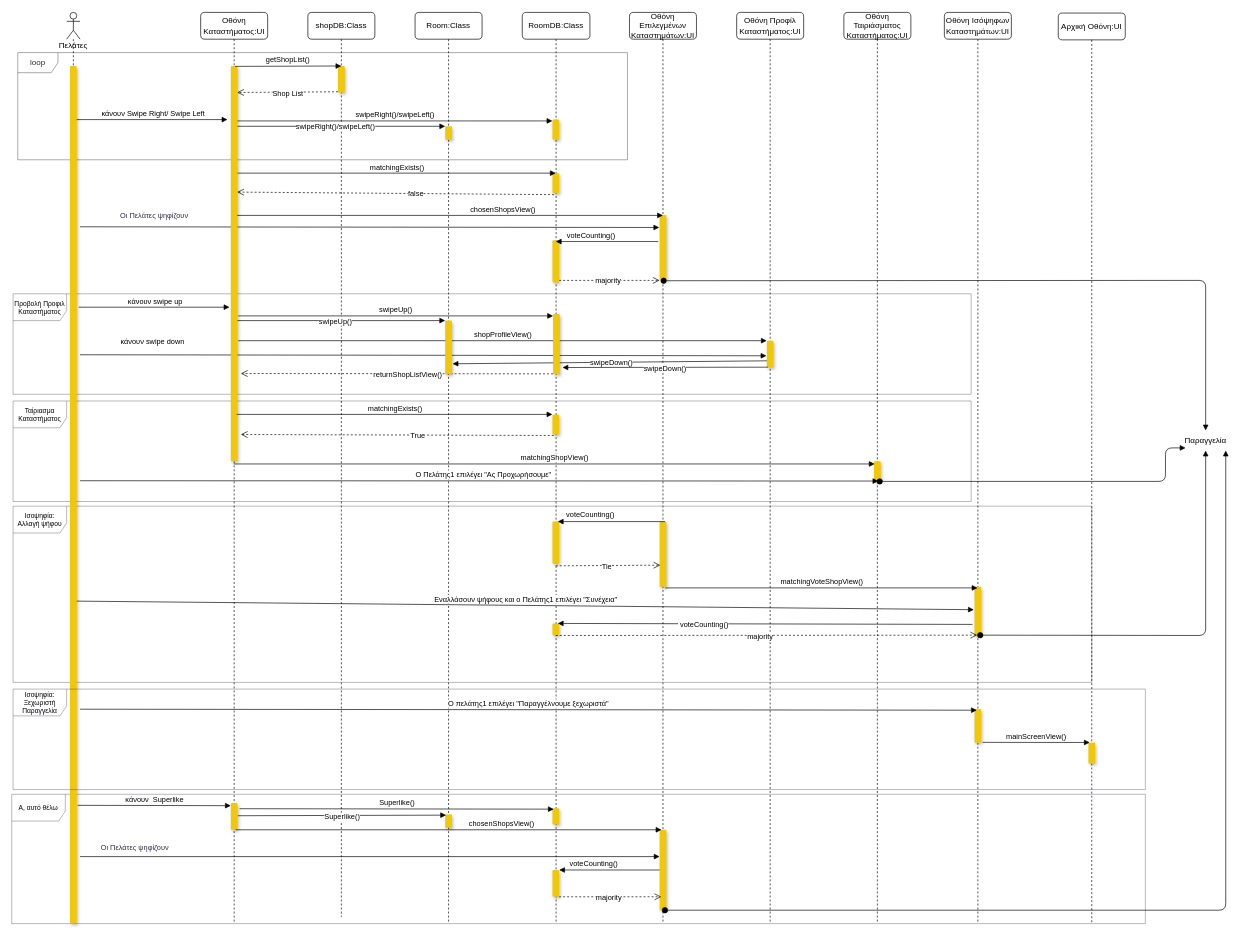
Earlier version of the draw.io diagram docs/contributions/AthanasiaZ/Writing-Charts/Phase5/User Team Choice Shop/Team_Choice_Shop_Sequence.drawio (iloudaros/nomnomr). Source tidied: cells renumbered, new cells numbered last; positions are measured from the earlier drawing's top-left corner, leaving out a move shared by most shapes. Both pictures are drawn from the tidied source at 67%, with x=0, y=0 at pixel (11, 12).
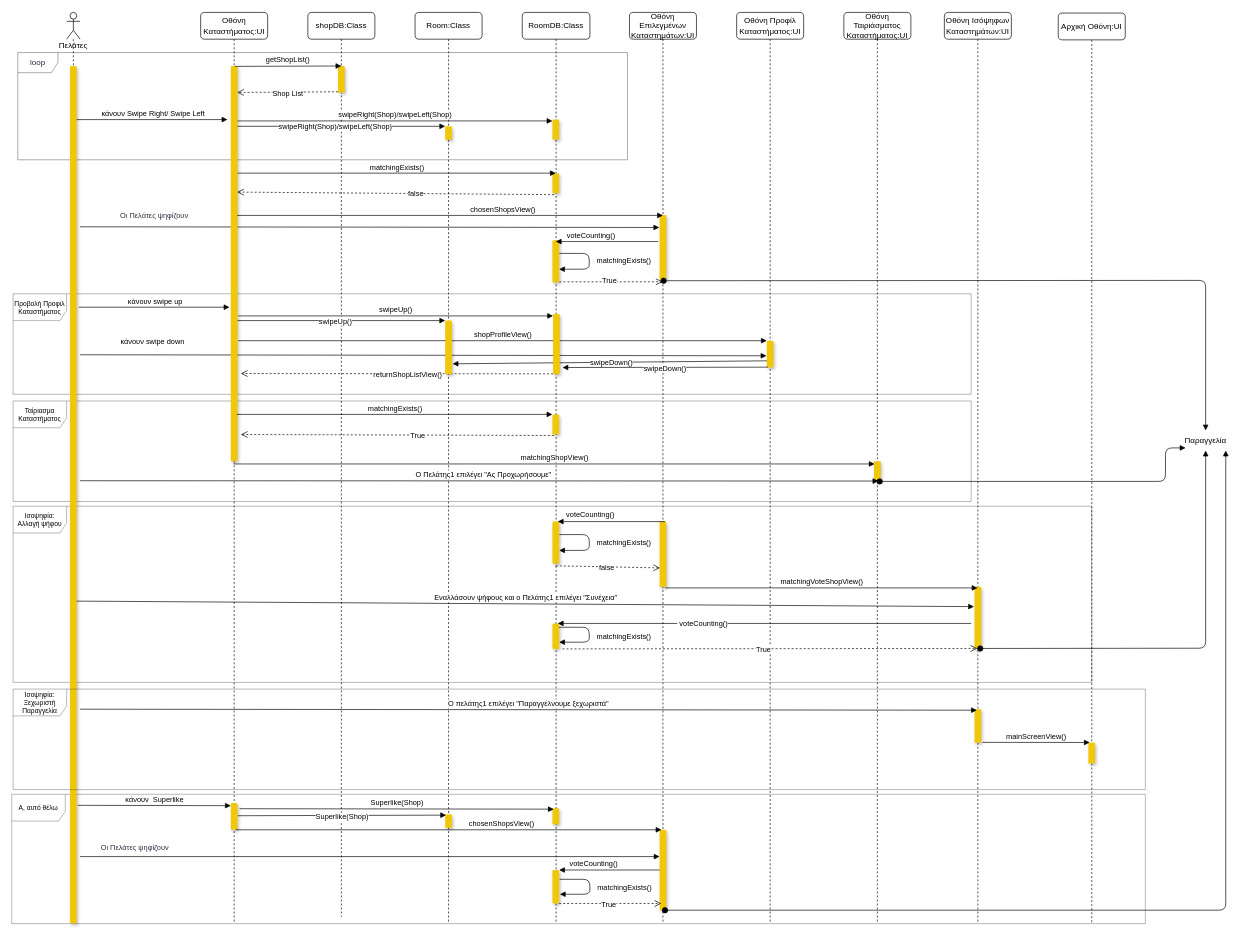
The same page after the edit.

Commit message:
διορθώσεις σε ονομασίες μεθόδων

Unchanged cells that the change refers to:
```xml
<mxCell id="12" style="html=1;points=[];perimeter=orthogonalPerimeter;strokeColor=none;fillColor=#F0C808;shadow=1;rounded=1;" parent="11" vertex="1">
  <mxGeometry x="5" y="80" width="10" height="1280" as="geometry" />
</mxCell>
<mxCell id="16" style="html=1;points=[];perimeter=orthogonalPerimeter;rounded=1;shadow=1;fillColor=#F0C808;strokeColor=none;" parent="13" vertex="1">
  <mxGeometry x="45" y="1180" width="10" height="40" as="geometry" />
</mxCell>
<mxCell id="25" value="Οθόνη Επιλεγμένων Καταστημάτων:UI" style="shape=umlLifeline;perimeter=lifelinePerimeter;whiteSpace=wrap;html=1;outlineConnect=0;rounded=1;shadow=0;fillColor=#FFFFFF;" parent="1" vertex="1">
  <mxGeometry x="922" width="100" height="1360" as="geometry" />
</mxCell>
<mxCell id="28" style="html=1;points=[];perimeter=orthogonalPerimeter;rounded=0;shadow=1;fillColor=#F0C808;strokeColor=none;arcSize=50;" parent="25" vertex="1">
  <mxGeometry x="45" y="760" width="10" height="97.5" as="geometry" />
</mxCell>
<mxCell id="31" value="Οθόνη Ισόψηφων Καταστημάτων:UI" style="shape=umlLifeline;perimeter=lifelinePerimeter;whiteSpace=wrap;html=1;outlineConnect=0;rounded=1;shadow=0;fillColor=#FFFFFF;" parent="1" vertex="1">
  <mxGeometry x="1392" width="100" height="1360" as="geometry" />
</mxCell>
<mxCell id="40" style="html=1;points=[];perimeter=orthogonalPerimeter;rounded=1;shadow=1;fillColor=#F0C808;strokeColor=none;arcSize=0;" parent="36" vertex="1">
  <mxGeometry x="45" y="1197" width="10" height="20" as="geometry" />
</mxCell>
<mxCell id="41" value="RoomDB:Class" style="shape=umlLifeline;perimeter=lifelinePerimeter;whiteSpace=wrap;html=1;outlineConnect=0;rounded=1;shadow=0;fillColor=#FFFFFF;" parent="1" vertex="1">
  <mxGeometry x="762" width="101" height="1360" as="geometry" />
</mxCell>
<mxCell id="43" style="html=1;points=[];perimeter=orthogonalPerimeter;rounded=1;shadow=1;fillColor=#F0C808;strokeColor=none;" parent="41" vertex="1">
  <mxGeometry x="45" y="760" width="10" height="63" as="geometry" />
</mxCell>
<mxCell id="48" style="html=1;points=[];perimeter=orthogonalPerimeter;rounded=1;shadow=1;fillColor=#F0C808;strokeColor=none;" parent="41" vertex="1">
  <mxGeometry x="45" y="340" width="10" height="63" as="geometry" />
</mxCell>
<mxCell id="51" style="html=1;points=[];perimeter=orthogonalPerimeter;rounded=1;shadow=1;fillColor=#F0C808;strokeColor=none;" parent="41" vertex="1">
  <mxGeometry x="45" y="1188" width="10" height="24" as="geometry" />
</mxCell>
<mxCell id="63" value="&lt;font color=&quot;#000000&quot;&gt;Παραγγελία&lt;/font&gt;" style="text;html=1;strokeColor=none;fillColor=none;align=center;verticalAlign=middle;whiteSpace=wrap;rounded=0;fontColor=#FFD966;" parent="1" vertex="1">
  <mxGeometry x="1752" y="624" width="60" height="30" as="geometry" />
</mxCell>
```

The edit, as a diff of the source:
```diff
@@
-    <mxCell id="27" value="majority" style="html=1;verticalAlign=bottom;endArrow=open;dashed=1;endSize=8;rounded=0;" parent="25" edge="1" source="48">
-      <mxGeometry x="-0.03" y="-10" relative="1" as="geometry">
-        <mxPoint x="45" y="400" as="targetPoint" />
-      </mxGeometry>
-    </mxCell>
@@
-    <mxCell id="29" value="Tie" style="html=1;verticalAlign=bottom;endArrow=open;dashed=1;endSize=8;rounded=0;entryX=0.1;entryY=0.667;entryDx=0;entryDy=0;entryPerimeter=0;" parent="25" edge="1" target="28">
+    <mxCell id="29" value="false" style="html=1;verticalAlign=bottom;endArrow=open;dashed=1;endSize=8;rounded=0;entryX=0.065;entryY=0.709;entryDx=0;entryDy=0;entryPerimeter=0;" parent="25" edge="1" target="28">
       <mxGeometry x="-0.03" y="-10" relative="1" as="geometry">
         <mxPoint x="-110" y="826" as="sourcePoint" />
       </mxGeometry>
     </mxCell>
@@
     <mxCell id="32" style="html=1;points=[];perimeter=orthogonalPerimeter;rounded=0;shadow=1;fillColor=#F0C808;strokeColor=none;arcSize=50;" parent="31" vertex="1">
-      <mxGeometry x="45" y="857.5" width="10" height="72.5" as="geometry" />
+      <mxGeometry x="45" y="857.5" width="10" height="92.5" as="geometry" />
     </mxCell>
@@
     <mxCell id="45" style="html=1;points=[];perimeter=orthogonalPerimeter;rounded=1;shadow=1;fillColor=#F0C808;strokeColor=none;" parent="41" vertex="1">
-      <mxGeometry x="45" y="912" width="10" height="18" as="geometry" />
+      <mxGeometry x="45" y="912" width="10" height="38" as="geometry" />
     </mxCell>
     <mxCell id="46" style="html=1;perimeter=orthogonalPerimeter;rounded=1;shadow=1;fillColor=#F0C808;strokeColor=none;" parent="41" vertex="1">
-      <mxGeometry x="45" y="1280" width="10" height="40" as="geometry" />
+      <mxGeometry x="45" y="1280" width="10" height="50" as="geometry" />
     </mxCell>
@@
-    <mxCell id="50" value="majority" style="html=1;verticalAlign=bottom;endArrow=open;dashed=1;endSize=8;rounded=0;" parent="41" edge="1">
+    <mxCell id="50" value="True" style="html=1;verticalAlign=bottom;endArrow=open;dashed=1;endSize=8;rounded=0;" parent="41" edge="1">
       <mxGeometry x="-0.03" y="-10" relative="1" as="geometry">
-        <mxPoint x="55" y="1320" as="sourcePoint" />
-        <mxPoint x="207.5" y="1320" as="targetPoint" />
+        <mxPoint x="55" y="1330" as="sourcePoint" />
+        <mxPoint x="207.5" y="1330" as="targetPoint" />
       </mxGeometry>
     </mxCell>
@@
+    <mxCell id="87" value="&amp;nbsp;matchingExists()" style="html=1;verticalAlign=bottom;endArrow=block;rounded=1;exitX=1.031;exitY=0.308;exitDx=0;exitDy=0;exitPerimeter=0;edgeStyle=orthogonalEdgeStyle;" parent="41" edge="1" source="43" target="43">
+      <mxGeometry x="0.15" y="50" relative="1" as="geometry">
+        <Array as="points">
+          <mxPoint x="100" y="779" />
+          <mxPoint x="100" y="803" />
+        </Array>
+      </mxGeometry>
+    </mxCell>
+    <mxCell id="88" value="&amp;nbsp;matchingExists()" style="html=1;verticalAlign=bottom;endArrow=block;rounded=1;exitX=1.031;exitY=0.308;exitDx=0;exitDy=0;exitPerimeter=0;edgeStyle=orthogonalEdgeStyle;" parent="41" edge="1">
+      <mxGeometry x="0.15" y="50" relative="1" as="geometry">
+        <mxPoint x="55.3" y="359.7" as="sourcePoint" />
+        <mxPoint x="55" y="383.3" as="targetPoint" />
+        <Array as="points">
+          <mxPoint x="100" y="359.3" />
+          <mxPoint x="100" y="383.3" />
+        </Array>
+      </mxGeometry>
+    </mxCell>
+    <mxCell id="89" value="&amp;nbsp;matchingExists()" style="html=1;verticalAlign=bottom;endArrow=block;rounded=1;exitX=0.967;exitY=0.151;exitDx=0;exitDy=0;exitPerimeter=0;edgeStyle=orthogonalEdgeStyle;" parent="41" edge="1">
+      <mxGeometry x="0.2" y="-50" relative="1" as="geometry">
+        <mxPoint x="55.7" y="1293.9" as="sourcePoint" />
+        <mxPoint x="56" y="1316.2" as="targetPoint" />
+        <Array as="points">
+          <mxPoint x="101" y="1294.2" />
+          <mxPoint x="101" y="1316.2" />
+        </Array>
+        <mxPoint x="50" y="50" as="offset" />
+      </mxGeometry>
+    </mxCell>
-    <mxCell id="52" value="swipeRight()/swipeLeft()" style="html=1;verticalAlign=bottom;endArrow=block;rounded=0;" parent="1" edge="1">
+    <mxCell id="52" value="swipeRight(Shop)/swipeLeft(Shop)" style="html=1;verticalAlign=bottom;endArrow=block;rounded=0;" parent="1" edge="1">
       <mxGeometry relative="1" as="geometry">
         <mxPoint x="337" y="162" as="sourcePoint" />
         <mxPoint x="807" y="162" as="targetPoint" />
       </mxGeometry>
     </mxCell>
-    <mxCell id="53" value="swipeRight()/swipeLeft()" style="html=1;verticalAlign=bottom;endArrow=block;rounded=0;" parent="1" edge="1">
+    <mxCell id="53" value="swipeRight(Shop)/swipeLeft(Shop)" style="html=1;verticalAlign=bottom;endArrow=block;rounded=0;" parent="1" edge="1">
       <mxGeometry x="-0.06" y="-10" relative="1" as="geometry">
         <mxPoint x="337" y="170" as="sourcePoint" />
         <mxPoint x="647" y="170" as="targetPoint" />
       </mxGeometry>
     </mxCell>
@@
     <mxCell id="62" style="html=1;verticalAlign=bottom;startArrow=oval;startFill=1;endArrow=block;startSize=8;rounded=1;entryX=0.5;entryY=1;entryDx=0;entryDy=0;exitX=0.85;exitY=0.993;exitDx=0;exitDy=0;exitPerimeter=0;" parent="1" edge="1" source="32" target="63">
       <mxGeometry x="0.68" relative="1" as="geometry">
         <Array as="points">
-          <mxPoint x="1782" y="930" />
+          <mxPoint x="1782" y="949" />
         </Array>
       </mxGeometry>
     </mxCell>
@@
-    <mxCell id="74" value="Εναλλάσουν ψήφους και ο Πελάτης1 επιλέγει &quot;Συνέχεια&quot;" style="html=1;verticalAlign=bottom;endArrow=block;rounded=0;exitX=1;exitY=0.624;exitDx=0;exitDy=0;exitPerimeter=0;entryX=-0.1;entryY=0.469;entryDx=0;entryDy=0;entryPerimeter=0;" parent="1" edge="1" source="12" target="32">
+    <mxCell id="74" value="Εναλλάσουν ψήφους και ο Πελάτης1 επιλέγει &quot;Συνέχεια&quot;" style="html=1;verticalAlign=bottom;endArrow=block;rounded=0;exitX=1;exitY=0.624;exitDx=0;exitDy=0;exitPerimeter=0;entryX=-0.075;entryY=0.318;entryDx=0;entryDy=0;entryPerimeter=0;" parent="1" edge="1" source="12" target="32">
       <mxGeometry relative="1" as="geometry" />
     </mxCell>
-    <mxCell id="75" value="&amp;nbsp;voteCounting()" style="html=1;verticalAlign=bottom;endArrow=block;rounded=0;entryX=0.8;entryY=0;entryDx=0;entryDy=0;entryPerimeter=0;exitX=-0.3;exitY=0.772;exitDx=0;exitDy=0;exitPerimeter=0;" parent="1" edge="1" source="32" target="45">
-      <mxGeometry x="0.3" y="10" relative="1" as="geometry" />
+    <mxCell id="75" value="&amp;nbsp;voteCounting()" style="html=1;verticalAlign=bottom;endArrow=block;rounded=0;entryX=0.8;entryY=0;entryDx=0;entryDy=0;entryPerimeter=0;" parent="1" edge="1" target="45">
+      <mxGeometry x="0.3" y="10" relative="1" as="geometry">
+        <mxPoint x="1432" y="912" as="sourcePoint" />
+      </mxGeometry>
     </mxCell>
-    <mxCell id="76" value="majority" style="html=1;verticalAlign=bottom;endArrow=open;dashed=1;endSize=8;rounded=0;entryX=0.4;entryY=0.993;entryDx=0;entryDy=0;entryPerimeter=0;" parent="1" edge="1" target="32">
+    <mxCell id="76" value="True" style="html=1;verticalAlign=bottom;endArrow=open;dashed=1;endSize=8;rounded=0;entryX=0.4;entryY=0.993;entryDx=0;entryDy=0;entryPerimeter=0;" parent="1" edge="1" target="32">
       <mxGeometry x="-0.03" y="-10" relative="1" as="geometry">
-        <mxPoint x="812" y="930" as="sourcePoint" />
+        <mxPoint x="822" y="950" as="sourcePoint" />
       </mxGeometry>
     </mxCell>
@@
-    <mxCell id="84" value="Superlike()" style="html=1;verticalAlign=bottom;endArrow=block;rounded=0;entryX=0.2;entryY=0.05;entryDx=0;entryDy=0;entryPerimeter=0;exitX=1.3;exitY=0.213;exitDx=0;exitDy=0;exitPerimeter=0;" parent="1" edge="1" source="16" target="51">
+    <mxCell id="84" value="Superlike(Shop)" style="html=1;verticalAlign=bottom;endArrow=block;rounded=0;entryX=0.2;entryY=0.05;entryDx=0;entryDy=0;entryPerimeter=0;exitX=1.3;exitY=0.213;exitDx=0;exitDy=0;exitPerimeter=0;" parent="1" edge="1" source="16" target="51">
       <mxGeometry relative="1" as="geometry" />
     </mxCell>
-    <mxCell id="85" value="Superlike()" style="html=1;verticalAlign=bottom;endArrow=block;rounded=0;entryX=0.129;entryY=0.057;entryDx=0;entryDy=0;entryPerimeter=0;" parent="1" edge="1" target="40">
+    <mxCell id="85" value="Superlike(Shop)" style="html=1;verticalAlign=bottom;endArrow=block;rounded=0;entryX=0.129;entryY=0.057;entryDx=0;entryDy=0;entryPerimeter=0;" parent="1" edge="1" target="40">
       <mxGeometry x="-0.01" y="-11" relative="1" as="geometry">
         <mxPoint x="337.5" y="1199" as="sourcePoint" />
         <mxPoint x="1" as="offset" />
       </mxGeometry>
     </mxCell>
@@
+    <mxCell id="90" value="True" style="html=1;verticalAlign=bottom;endArrow=open;dashed=1;endSize=8;rounded=0;exitX=1.048;exitY=0.986;exitDx=0;exitDy=0;exitPerimeter=0;" parent="1" edge="1" source="48" target="25">
+      <mxGeometry x="-0.03" y="-8" relative="1" as="geometry" />
+    </mxCell>
+    <mxCell id="91" value="&amp;nbsp;matchingExists()" style="html=1;verticalAlign=bottom;endArrow=block;rounded=1;exitX=0.967;exitY=0.151;exitDx=0;exitDy=0;exitPerimeter=0;edgeStyle=orthogonalEdgeStyle;" parent="1" edge="1" source="45">
+      <mxGeometry x="0.2" y="-50" relative="1" as="geometry">
+        <mxPoint x="817" y="940" as="targetPoint" />
+        <Array as="points">
+          <mxPoint x="862" y="918" />
+          <mxPoint x="862" y="940" />
+        </Array>
+        <mxPoint x="50" y="50" as="offset" />
+      </mxGeometry>
+    </mxCell>
```
